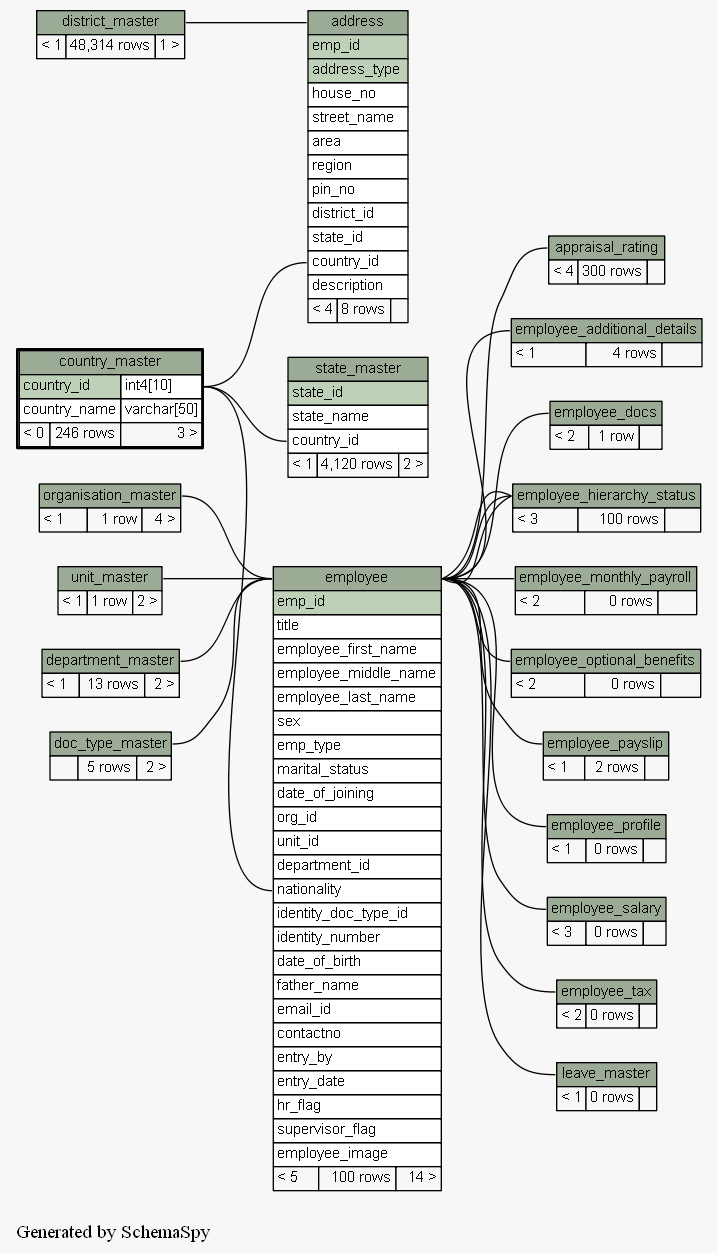
Before: docs/database/schemaspy/graphs/country_master.2degrees.png, a diagram exported from Graphviz (engineerscraft/hrms). Its source is kept beside it as docs/database/schemaspy/graphs/country_master.2degrees.dot.
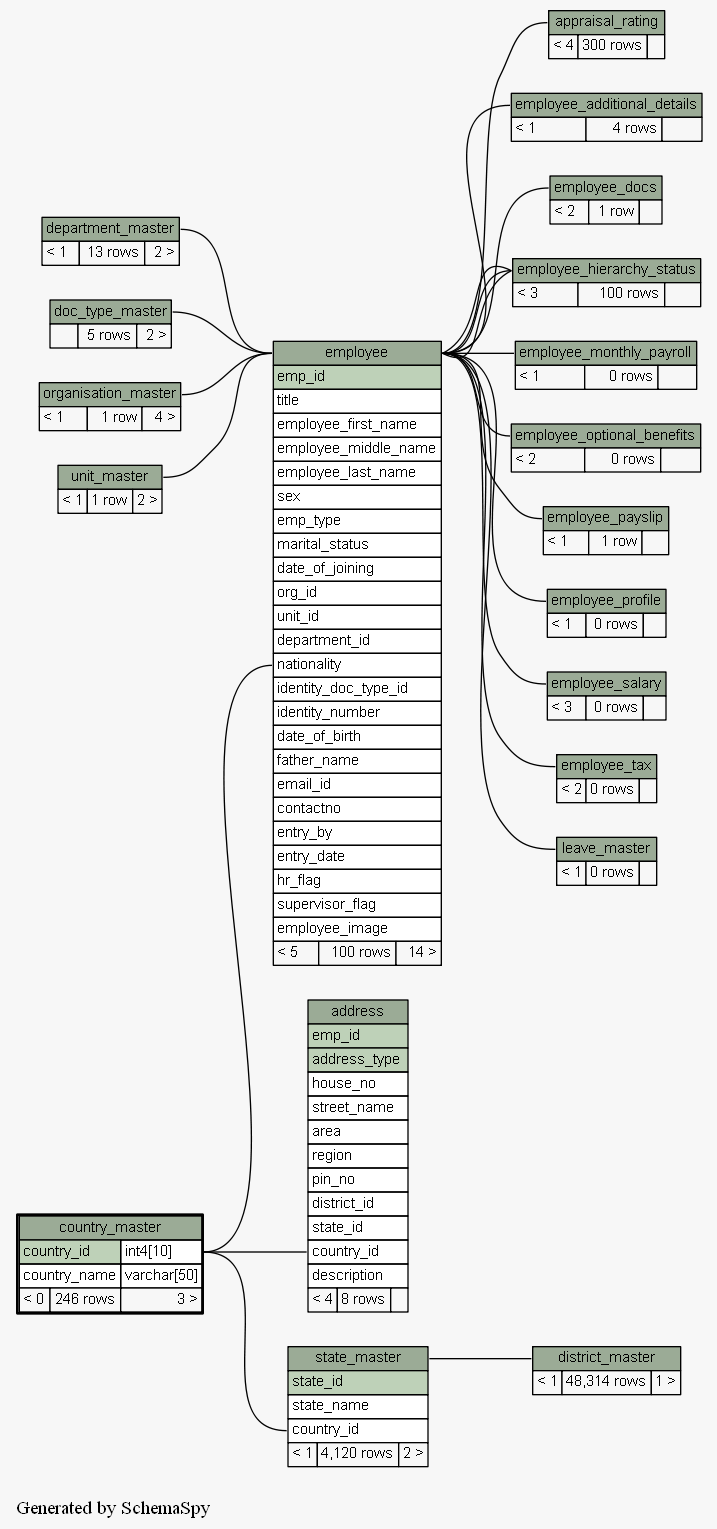
Later version of the same file.

The edit, as a diff of the source:
```diff
@@ -14,8 +14,8 @@
     arrowsize="0.8"
   ];
   "address":"country_id":w -> "country_master":"country_id.type":e [arrowtail=crowodot arrowhead=none];
-  "address":"address.heading":w -> "district_master":"district_master.heading":e [arrowtail=crowodot arrowhead=none];
   "appraisal_rating":"appraisal_rating.heading":w -> "employee":"employee.heading":e [arrowtail=crowtee arrowhead=none];
+  "district_master":"district_master.heading":w -> "state_master":"state_master.heading":e [arrowtail=crowodot arrowhead=none];
   "employee":"employee.heading":w -> "department_master":"department_master.heading":e [arrowtail=crowodot arrowhead=none];
   "employee":"employee.heading":w -> "doc_type_master":"doc_type_master.heading":e [arrowtail=crowodot arrowhead=none];
   "employee":"nationality":w -> "country_master":"country_id.type":e [arrowtail=crowodot arrowhead=none];
@@ -165,7 +165,7 @@
     label=<
     <TABLE BORDER="0" CELLBORDER="1" CELLSPACING="0" BGCOLOR="#ffffff">
       <TR><TD PORT="employee_monthly_payroll.heading" COLSPAN="3" BGCOLOR="#9bab96" ALIGN="CENTER">employee_monthly_payroll</TD></TR>
-      <TR><TD ALIGN="LEFT" BGCOLOR="#f7f7f7">&lt; 2</TD><TD ALIGN="RIGHT" BGCOLOR="#f7f7f7">0 rows</TD><TD ALIGN="RIGHT" BGCOLOR="#f7f7f7">  </TD></TR>
+      <TR><TD ALIGN="LEFT" BGCOLOR="#f7f7f7">&lt; 1</TD><TD ALIGN="RIGHT" BGCOLOR="#f7f7f7">0 rows</TD><TD ALIGN="RIGHT" BGCOLOR="#f7f7f7">  </TD></TR>
     </TABLE>>
     URL="employee_monthly_payroll.html#graph"
     tooltip="employee_monthly_payroll"
@@ -183,7 +183,7 @@
     label=<
     <TABLE BORDER="0" CELLBORDER="1" CELLSPACING="0" BGCOLOR="#ffffff">
       <TR><TD PORT="employee_payslip.heading" COLSPAN="3" BGCOLOR="#9bab96" ALIGN="CENTER">employee_payslip</TD></TR>
-      <TR><TD ALIGN="LEFT" BGCOLOR="#f7f7f7">&lt; 1</TD><TD ALIGN="RIGHT" BGCOLOR="#f7f7f7">2 rows</TD><TD ALIGN="RIGHT" BGCOLOR="#f7f7f7">  </TD></TR>
+      <TR><TD ALIGN="LEFT" BGCOLOR="#f7f7f7">&lt; 1</TD><TD ALIGN="RIGHT" BGCOLOR="#f7f7f7">1 row</TD><TD ALIGN="RIGHT" BGCOLOR="#f7f7f7">  </TD></TR>
     </TABLE>>
     URL="employee_payslip.html#graph"
     tooltip="employee_payslip"
```
